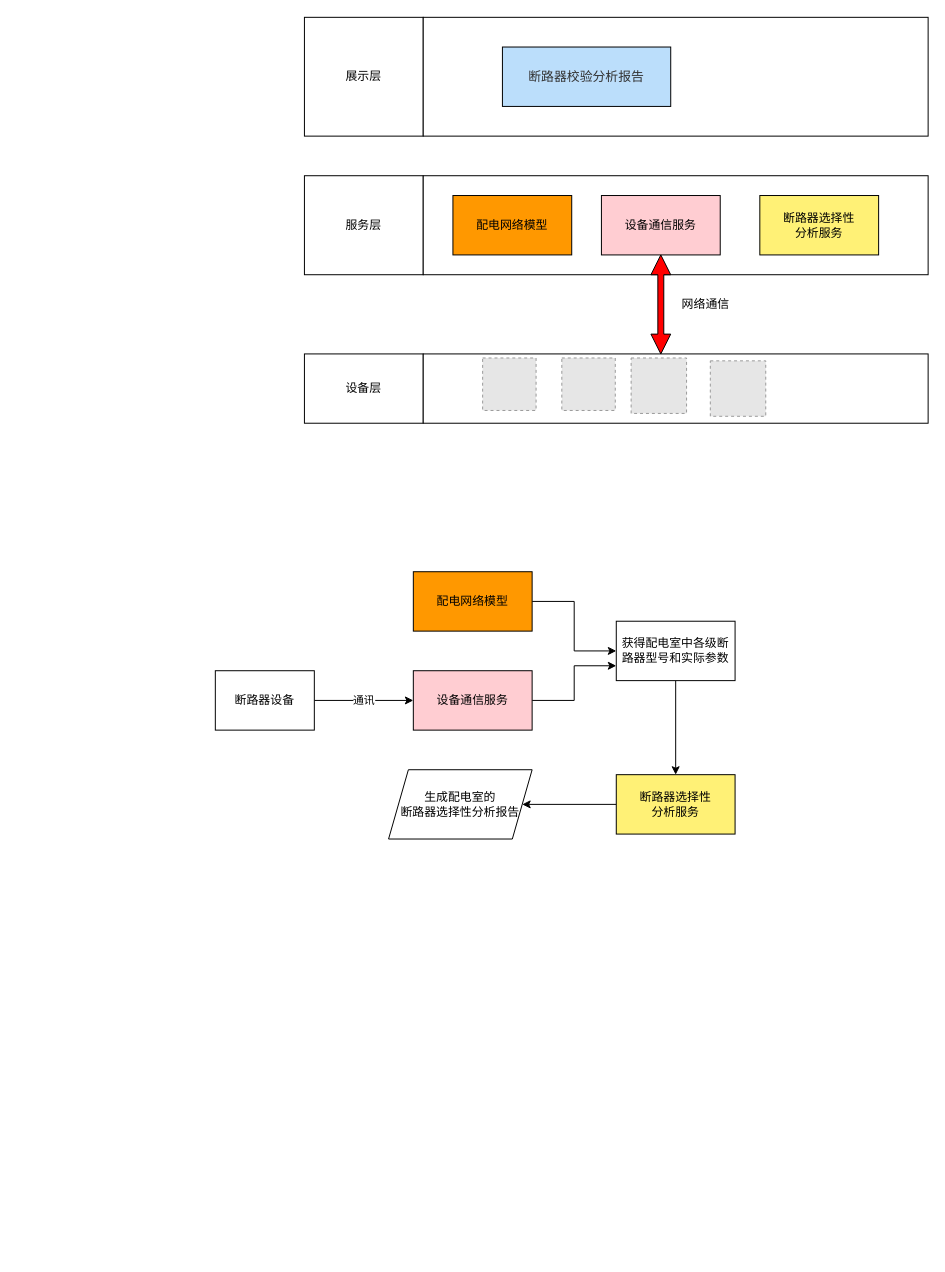
jonathan2007/LearnGit keeps this draw.io diagram as Untitled Diagram.drawio. Above is the earlier version. Source tidied: cells renumbered, new cells numbered last; positions are measured from the earlier drawing's top-left corner, leaving out a move shared by most shapes. Both pictures are drawn from the tidied source at 99%, with x=0, y=0 at pixel (215, 17). Pictures stored in the file or linked from it are replaced by grey dashed boxes.
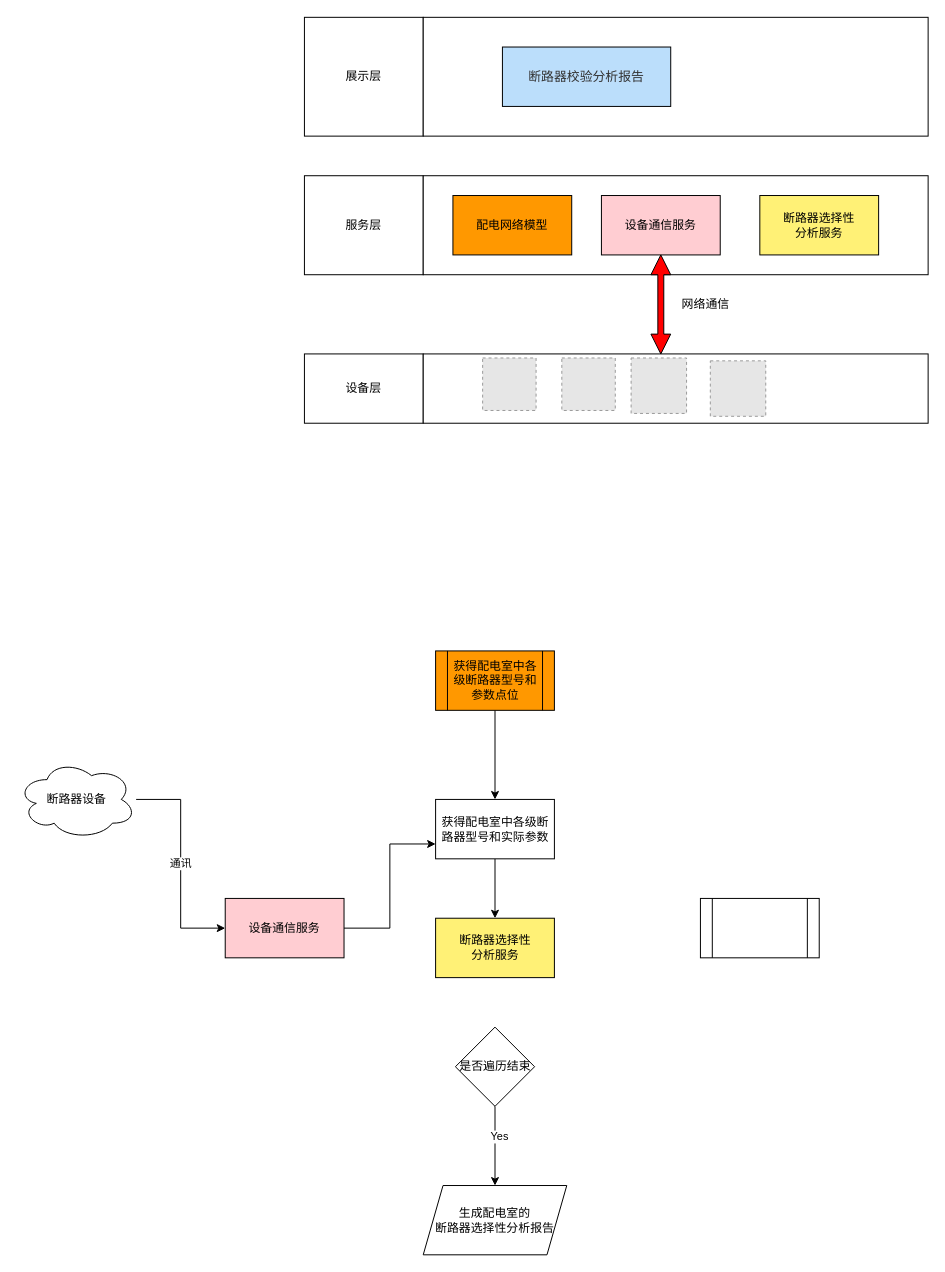
The same page after the edit.

Change to the diagram source:
```diff
@@
-    <mxCell id="21" style="edgeStyle=orthogonalEdgeStyle;rounded=0;jettySize=auto;html=1;exitX=1;exitY=0.5;exitDx=0;exitDy=0;entryX=0;entryY=0.5;entryDx=0;entryDy=0;" parent="1" edge="1" source="22" target="28">
-      <mxGeometry relative="1" as="geometry" />
-    </mxCell>
-    <mxCell id="22" value="配电网络模型" style="rounded=0;whiteSpace=wrap;html=1;fillColor=#FF9800;" parent="1" vertex="1">
-      <mxGeometry x="200" y="560" width="120" height="60" as="geometry" />
-    </mxCell>
@@
     <mxCell id="24" value="设备通信服务" style="rounded=0;whiteSpace=wrap;html=1;fillColor=#FFCDD2;" parent="1" vertex="1">
-      <mxGeometry x="200" y="660" width="120" height="60" as="geometry" />
+      <mxGeometry x="10" y="890" width="120" height="60" as="geometry" />
     </mxCell>
@@
-    <mxCell id="26" value="断路器设备" style="rounded=0;whiteSpace=wrap;html=1;" parent="1" vertex="1">
-      <mxGeometry y="660" width="100" height="60" as="geometry" />
-    </mxCell>
@@
     <mxCell id="28" value="获得配电室中各级断路器型号和实际参数" style="rounded=0;whiteSpace=wrap;html=1;" parent="1" vertex="1">
-      <mxGeometry x="405" y="610" width="120" height="60" as="geometry" />
+      <mxGeometry x="222.5" y="790" width="120" height="60" as="geometry" />
     </mxCell>
-    <mxCell id="29" style="edgeStyle=orthogonalEdgeStyle;rounded=0;jettySize=auto;html=1;" parent="1" edge="1" source="30" target="31">
-      <mxGeometry relative="1" as="geometry" />
-    </mxCell>
     <mxCell id="30" value="断路器选择性&lt;br&gt;分析服务" style="rounded=0;whiteSpace=wrap;html=1;fillColor=#FFF176;" parent="1" vertex="1">
-      <mxGeometry x="405" y="765" width="120" height="60" as="geometry" />
+      <mxGeometry x="222.5" y="910" width="120" height="60" as="geometry" />
     </mxCell>
     <mxCell id="31" value="生成配电室的&lt;br&gt;断路器选择性分析报告" style="shape=parallelogram;perimeter=parallelogramPerimeter;whiteSpace=wrap;html=1;fixedSize=1;rounded=0;" parent="1" vertex="1">
-      <mxGeometry x="175" y="760" width="145" height="70" as="geometry" />
+      <mxGeometry x="210" y="1180" width="145" height="70" as="geometry" />
     </mxCell>
+    <mxCell id="26" value="断路器设备" style="ellipse;shape=cloud;whiteSpace=wrap;html=1;" parent="1" vertex="1">
+      <mxGeometry x="-200" y="750" width="120" height="80" as="geometry" />
+    </mxCell>
+    <mxCell id="32" style="edgeStyle=orthogonalEdgeStyle;rounded=0;jettySize=auto;html=1;entryX=0.5;entryY=0;entryDx=0;entryDy=0;" parent="1" edge="1" source="34" target="31">
+      <mxGeometry relative="1" as="geometry" />
+    </mxCell>
+    <mxCell id="33" value="Yes" style="edgeLabel;html=1;align=center;verticalAlign=middle;" parent="32" vertex="1">
+      <mxGeometry x="-0.24" y="4" relative="1" as="geometry" />
+    </mxCell>
+    <mxCell id="34" value="是否遍历结束" style="rhombus;whiteSpace=wrap;html=1;" parent="1" vertex="1">
+      <mxGeometry x="242.5" y="1020" width="80" height="80" as="geometry" />
+    </mxCell>
+    <mxCell id="35" style="edgeStyle=orthogonalEdgeStyle;rounded=0;jettySize=auto;html=1;" parent="1" edge="1" source="36" target="28">
+      <mxGeometry relative="1" as="geometry" />
+    </mxCell>
+    <mxCell id="36" value="获得配电室中各级断路器型号和参数点位" style="shape=process;whiteSpace=wrap;html=1;backgroundOutline=1;fillColor=#FF9800;" parent="1" vertex="1">
+      <mxGeometry x="222.5" y="640" width="120" height="60" as="geometry" />
+    </mxCell>
+    <mxCell id="37" style="shape=process;whiteSpace=wrap;html=1;backgroundOutline=1;" parent="1" vertex="1">
+      <mxGeometry x="490" y="890" width="120" height="60" as="geometry" />
+    </mxCell>
```
